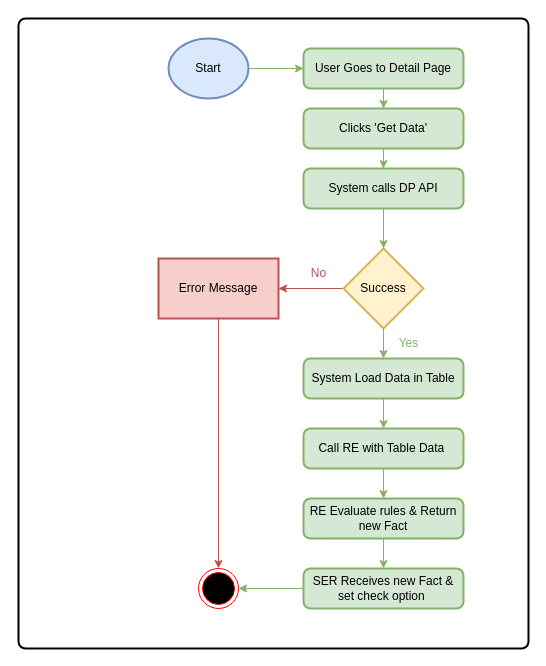
Before: Untitled Diagram.drawio in satis-pra/sp-draw.io-diagrams, a draw.io diagram. Source tidied: cells renumbered, new cells numbered last; positions are measured from the earlier drawing's top-left corner, leaving out a move shared by most shapes. Both pictures are drawn from the tidied source at 100%, with x=0, y=0 at pixel (18, 18).
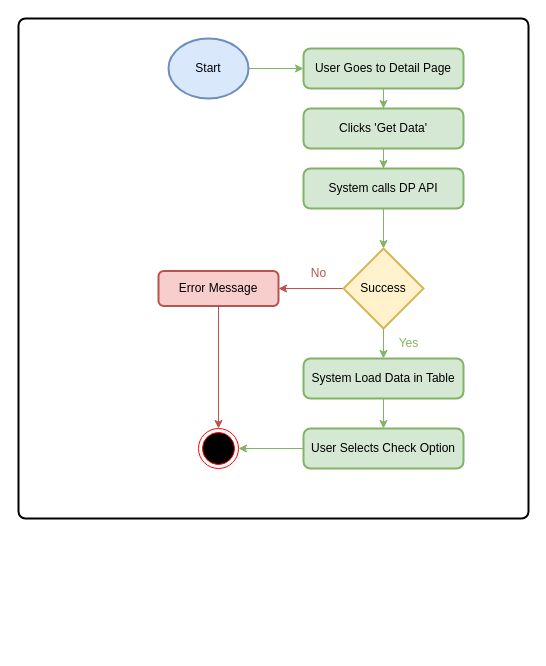
The same page after the edit.

The change refers to these unchanged cells:
```xml
<mxCell id="10" value="System Load Data in Table" style="rounded=1;whiteSpace=wrap;html=1;absoluteArcSize=1;arcSize=14;strokeWidth=2;fillColor=#d5e8d4;strokeColor=#82b366;" parent="1" vertex="1">
  <mxGeometry x="285" y="340" width="160" height="40" as="geometry" />
</mxCell>
```

What changed in the source:
```diff
@@
     <mxCell id="2" style="rounded=1;whiteSpace=wrap;html=1;absoluteArcSize=1;arcSize=14;strokeWidth=2;" parent="1" vertex="1">
-      <mxGeometry width="510" height="630" as="geometry" />
+      <mxGeometry width="510" height="500" as="geometry" />
     </mxCell>
@@
-    <mxCell id="9" style="edgeStyle=orthogonalEdgeStyle;rounded=0;jettySize=auto;html=1;exitX=0.5;exitY=1;exitDx=0;exitDy=0;entryX=0.5;entryY=0;entryDx=0;entryDy=0;fillColor=#d5e8d4;strokeColor=#82b366;" parent="1" edge="1" source="10" target="11">
+    <mxCell id="9" style="edgeStyle=orthogonalEdgeStyle;rounded=0;jettySize=auto;html=1;exitX=0.5;exitY=1;exitDx=0;exitDy=0;entryX=0.5;entryY=0;entryDx=0;entryDy=0;fillColor=#d5e8d4;strokeColor=#82b366;" parent="1" edge="1" source="10" target="26">
       <mxGeometry relative="1" as="geometry" />
     </mxCell>
@@
-    <mxCell id="11" value="Call RE with Table Data&amp;nbsp;" style="rounded=1;whiteSpace=wrap;html=1;absoluteArcSize=1;arcSize=14;strokeWidth=2;fillColor=#d5e8d4;strokeColor=#82b366;" parent="1" vertex="1">
-      <mxGeometry x="285" y="410" width="160" height="40" as="geometry" />
-    </mxCell>
     <mxCell id="12" style="ellipse;html=1;shape=endState;fillColor=#000000;strokeColor=#ff0000;" parent="1" vertex="1">
-      <mxGeometry x="180" y="550" width="40" height="40" as="geometry" />
+      <mxGeometry x="180" y="410" width="40" height="40" as="geometry" />
     </mxCell>
@@
-    <mxCell id="20" value="Error Message" style="whiteSpace=wrap;html=1;strokeWidth=2;fillColor=#f8cecc;strokeColor=#b85450;" parent="1" vertex="1">
-      <mxGeometry x="140" y="240" width="120" height="60" as="geometry" />
+    <mxCell id="20" value="Error Message" style="whiteSpace=wrap;html=1;strokeWidth=2;fillColor=#f8cecc;strokeColor=#b85450;rounded=1;" parent="1" vertex="1">
+      <mxGeometry x="140" y="252.5" width="120" height="35" as="geometry" />
     </mxCell>
@@
-    <mxCell id="22" style="edgeStyle=orthogonalEdgeStyle;rounded=0;jettySize=auto;html=1;fillColor=#d5e8d4;strokeColor=#82b366;" parent="1" edge="1" source="11" target="24">
-      <mxGeometry relative="1" as="geometry" />
-    </mxCell>
-    <mxCell id="23" style="edgeStyle=orthogonalEdgeStyle;rounded=0;jettySize=auto;html=1;fillColor=#d5e8d4;strokeColor=#82b366;" parent="1" edge="1" source="24" target="26">
-      <mxGeometry relative="1" as="geometry" />
-    </mxCell>
-    <mxCell id="24" value="RE Evaluate rules &amp;amp; Return new Fact" style="rounded=1;whiteSpace=wrap;html=1;absoluteArcSize=1;arcSize=14;strokeWidth=2;fillColor=#d5e8d4;strokeColor=#82b366;" parent="1" vertex="1">
-      <mxGeometry x="285" y="480" width="160" height="40" as="geometry" />
-    </mxCell>
@@
-    <mxCell id="26" value="SER Receives new Fact &amp;amp; set check option&amp;nbsp;" style="rounded=1;whiteSpace=wrap;html=1;absoluteArcSize=1;arcSize=14;strokeWidth=2;fillColor=#d5e8d4;strokeColor=#82b366;" parent="1" vertex="1">
-      <mxGeometry x="285" y="550" width="160" height="40" as="geometry" />
+    <mxCell id="26" value="User Selects Check Option" style="rounded=1;whiteSpace=wrap;html=1;absoluteArcSize=1;arcSize=14;strokeWidth=2;fillColor=#d5e8d4;strokeColor=#82b366;" parent="1" vertex="1">
+      <mxGeometry x="285" y="410" width="160" height="40" as="geometry" />
     </mxCell>
```
